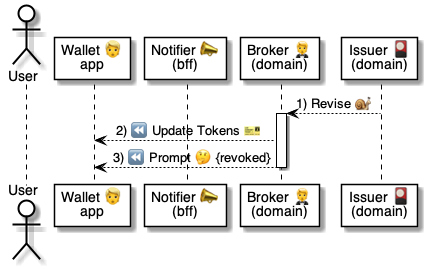
Before: 4 ⚙️ Solution/41 🎭 Domain Roles/Issuers 🎴/🎴⏩ Issuer flows/Revise Token 🎴⏩🧑‍🦰/🎴 Revise Token ⚙️ uml.png, a diagram exported from PlantUML (pollyweb-org/pollyweb-docs). Its source is kept beside it as 4 ⚙️ Solution/41 🎭 Domain Roles/Issuers 🎴/🎴⏩ Issuer flows/Revise Token 🎴⏩🧑‍🦰/🎴 Revise Token ⚙️ uml.puml. Its diagram source:
```plantuml
@startuml Revoke



actor User as user
participant "Wallet 👱\napp" as wallet
participant "Notifier 📣\n(bff)" as notifier
participant "Broker 🤵\n(domain)" as broker
participant "Issuer 🎴\n(domain)" as issuer

issuer --> broker: 1) Revise 🐌
activate broker
    broker --> wallet: 2) ⏪ Update Tokens 🎫
    broker --> wallet: 3) ⏪ Prompt 🤔 {revoked}
deactivate broker

@enduml
```
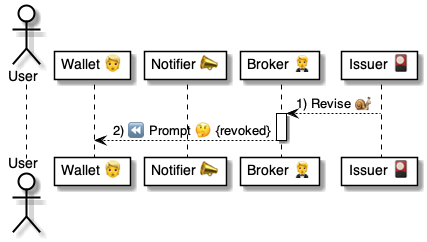
The same file after the commit.

What changed in the source:
```diff
@@ -3,15 +3,14 @@
 
 
 actor User as user
-participant "Wallet 👱\napp" as wallet
-participant "Notifier 📣\n(bff)" as notifier
-participant "Broker 🤵\n(domain)" as broker
-participant "Issuer 🎴\n(domain)" as issuer
+participant "Wallet 👱" as wallet
+participant "Notifier 📣" as notifier
+participant "Broker 🤵" as broker
+participant "Issuer 🎴" as issuer
 
 issuer --> broker: 1) Revise 🐌
 activate broker
-    broker --> wallet: 2) ⏪ Update Tokens 🎫
-    broker --> wallet: 3) ⏪ Prompt 🤔 {revoked}
+    broker --> wallet: 2) ⏪ Prompt 🤔 {revoked}
 deactivate broker
 
 @enduml
```
